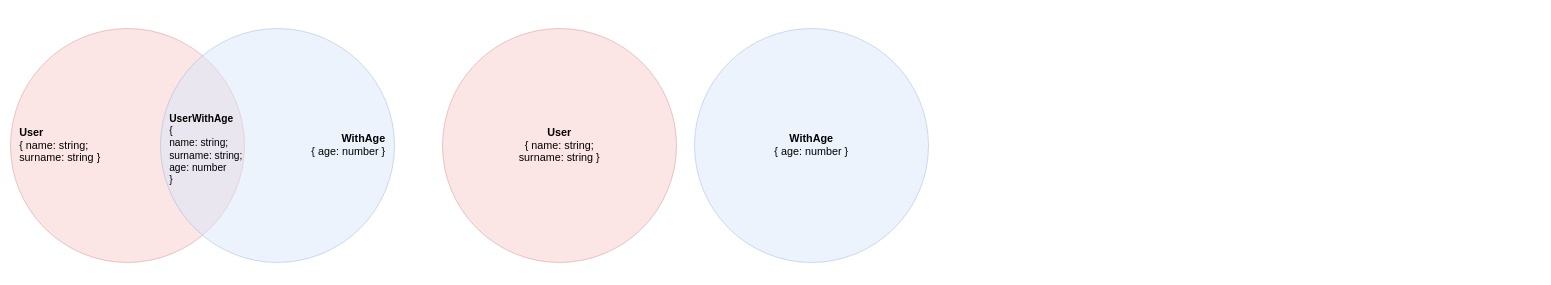
jiayihu/talks keeps this draw.io diagram as page "intersection" (5 of 6) of type-safer-react-redux/assets/Type-safer.drawio. Above is the earlier version. Source tidied: cells renumbered, new cells numbered last; positions are measured from the earlier drawing's top-left corner, leaving out a move shared by most shapes. Both pictures are drawn from the tidied source at 60%, with x=0, y=0 at pixel (10, 28).
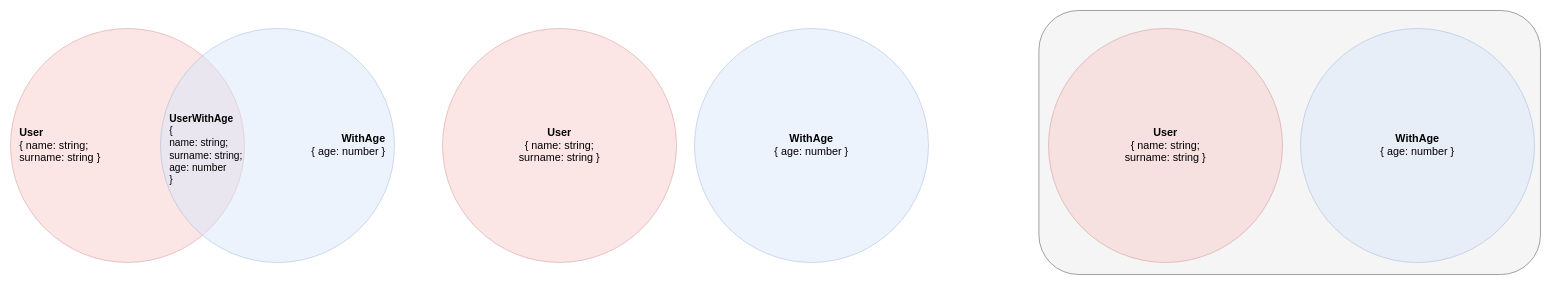
Above is the later version.

Change to the diagram source:
```diff
@@
 <mxGraphModel background="#ffffff">
   <root>
     <mxCell id="0" />
     <mxCell id="1" parent="0" />
+    <mxCell id="7" style="rounded=1;whiteSpace=wrap;html=1;fillColor=#f5f5f5;strokeColor=#666666;fontColor=#333333;" parent="1" vertex="1">
+      <mxGeometry x="1714" y="-30" width="836" height="440" as="geometry" />
+    </mxCell>
     <mxCell id="2" value="&lt;div style=&quot;font-size: 18px&quot;&gt;&lt;b&gt;User&lt;/b&gt;&lt;/div&gt;&lt;div style=&quot;font-size: 18px&quot;&gt;{ name: string;&lt;/div&gt;&lt;div style=&quot;font-size: 18px&quot;&gt;surname: string }&lt;/div&gt;" style="ellipse;whiteSpace=wrap;html=1;rounded=1;shadow=0;glass=0;labelBackgroundColor=none;strokeColor=#b85450;strokeWidth=1;fillColor=#f8cecc;fontFamily=Helvetica;fontSize=18;align=left;verticalAlign=middle;spacingBottom=0;spacing=15;opacity=50;" parent="1" vertex="1">
       <mxGeometry width="390" height="390" as="geometry" />
     </mxCell>
     <mxCell id="3" value="&lt;b&gt;WithAge&lt;/b&gt;&lt;br&gt;{ age: number }" style="ellipse;whiteSpace=wrap;html=1;rounded=1;shadow=0;glass=0;labelBackgroundColor=none;strokeColor=#6c8ebf;strokeWidth=1;fillColor=#dae8fc;fontFamily=Helvetica;fontSize=18;align=right;spacing=15;verticalAlign=middle;opacity=50;" parent="1" vertex="1">
       <mxGeometry x="250" width="390" height="390" as="geometry" />
     </mxCell>
     <mxCell id="4" value="&lt;h1 style=&quot;font-size: 17px&quot;&gt;&lt;div style=&quot;font-size: 17px&quot;&gt;UserWithAge&lt;/div&gt;&lt;div style=&quot;font-size: 17px ; font-weight: 400&quot;&gt;{&lt;/div&gt;&lt;div style=&quot;font-size: 17px ; font-weight: 400&quot;&gt;name: string;&lt;/div&gt;&lt;div style=&quot;font-size: 17px ; font-weight: 400&quot;&gt;surname: string;&lt;/div&gt;&lt;div style=&quot;font-size: 17px ; font-weight: 400&quot;&gt;age: number&lt;/div&gt;&lt;div style=&quot;font-size: 17px ; font-weight: 400&quot;&gt;}&lt;/div&gt;&lt;/h1&gt;" style="text;html=1;strokeColor=none;fillColor=none;spacing=5;spacingTop=-20;whiteSpace=wrap;overflow=hidden;rounded=0;fontSize=17;opacity=50;align=left;" parent="1" vertex="1">
       <mxGeometry x="260" y="140" width="190" height="150" as="geometry" />
     </mxCell>
     <mxCell id="5" value="&lt;div style=&quot;font-size: 18px&quot;&gt;&lt;b&gt;User&lt;/b&gt;&lt;/div&gt;&lt;div style=&quot;font-size: 18px&quot;&gt;{ name: string;&lt;/div&gt;&lt;div style=&quot;font-size: 18px&quot;&gt;surname: string }&lt;/div&gt;" style="ellipse;whiteSpace=wrap;html=1;rounded=1;shadow=0;glass=0;labelBackgroundColor=none;strokeColor=#b85450;strokeWidth=1;fillColor=#f8cecc;fontFamily=Helvetica;fontSize=18;align=center;verticalAlign=middle;spacingBottom=0;spacing=15;opacity=50;" parent="1" vertex="1">
       <mxGeometry x="720" width="390" height="390" as="geometry" />
     </mxCell>
     <mxCell id="6" value="&lt;b&gt;WithAge&lt;/b&gt;&lt;br&gt;{ age: number }" style="ellipse;whiteSpace=wrap;html=1;rounded=1;shadow=0;glass=0;labelBackgroundColor=none;strokeColor=#6c8ebf;strokeWidth=1;fillColor=#dae8fc;fontFamily=Helvetica;fontSize=18;align=center;spacing=15;verticalAlign=middle;opacity=50;" parent="1" vertex="1">
       <mxGeometry x="1140" width="390" height="390" as="geometry" />
     </mxCell>
+    <mxCell id="8" value="&lt;div style=&quot;font-size: 18px&quot;&gt;&lt;b&gt;User&lt;/b&gt;&lt;/div&gt;&lt;div style=&quot;font-size: 18px&quot;&gt;{ name: string;&lt;/div&gt;&lt;div style=&quot;font-size: 18px&quot;&gt;surname: string }&lt;/div&gt;" style="ellipse;whiteSpace=wrap;html=1;rounded=1;shadow=0;glass=0;labelBackgroundColor=none;strokeColor=#b85450;strokeWidth=1;fillColor=#f8cecc;fontFamily=Helvetica;fontSize=18;align=center;verticalAlign=middle;spacingBottom=0;spacing=15;opacity=50;" parent="1" vertex="1">
+      <mxGeometry x="1730" width="390" height="390" as="geometry" />
+    </mxCell>
+    <mxCell id="9" value="&lt;b&gt;WithAge&lt;/b&gt;&lt;br&gt;{ age: number }" style="ellipse;whiteSpace=wrap;html=1;rounded=1;shadow=0;glass=0;labelBackgroundColor=none;strokeColor=#6c8ebf;strokeWidth=1;fillColor=#dae8fc;fontFamily=Helvetica;fontSize=18;align=center;spacing=15;verticalAlign=middle;opacity=50;" parent="1" vertex="1">
+      <mxGeometry x="2150" width="390" height="390" as="geometry" />
+    </mxCell>
   </root>
 </mxGraphModel>
```
